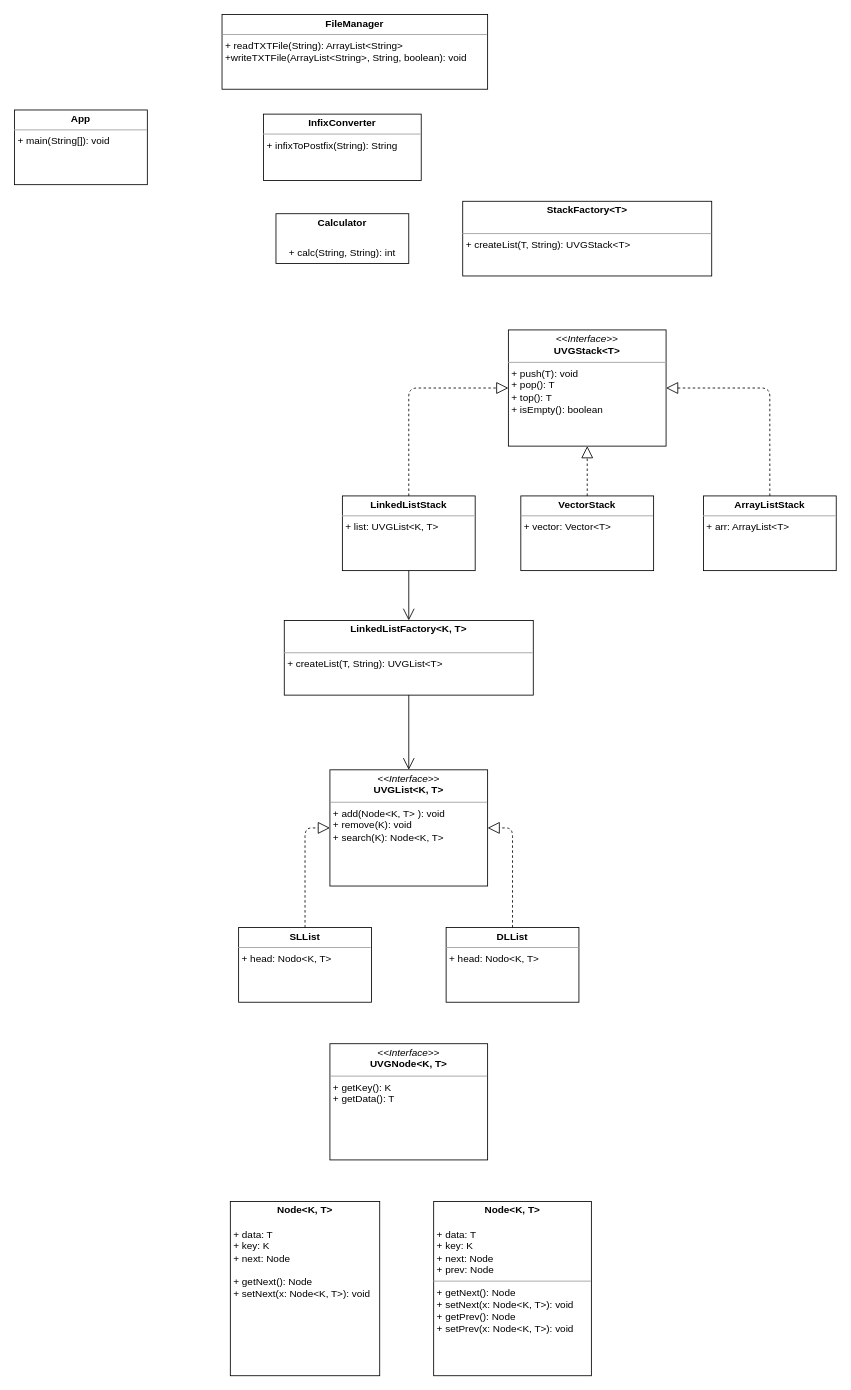
HUG0BA/hoja4 keeps this draw.io diagram as UML.drawio. Above is the earlier version. Source tidied: cells renumbered, new cells numbered last; positions are measured from the earlier drawing's top-left corner, leaving out a move shared by most shapes. Both pictures are drawn from the tidied source at 83%, with x=0, y=0 at pixel (14, 14).
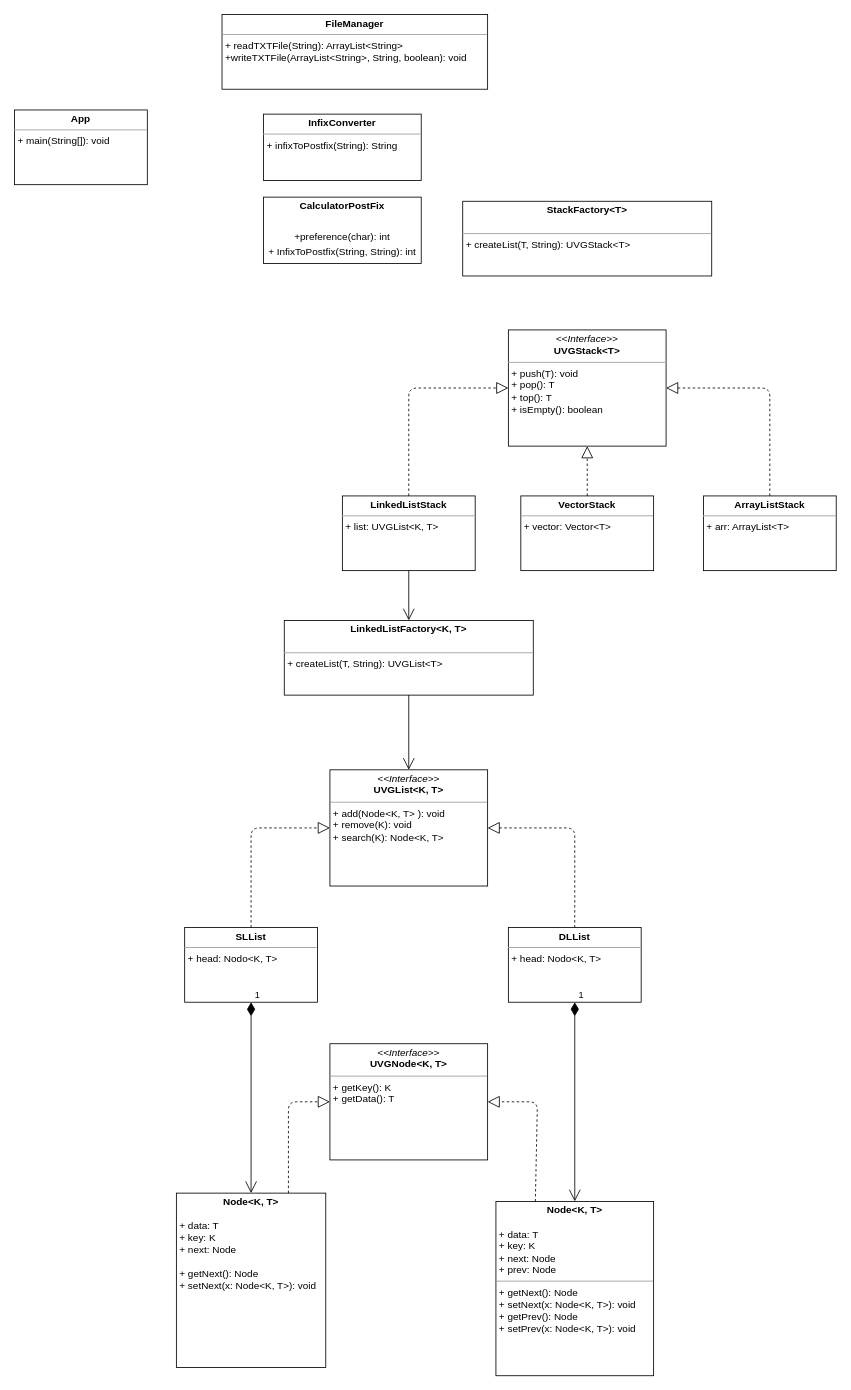
Above is the later version.

The change refers to these unchanged cells:
```xml
<mxCell id="5" value="&lt;p style=&quot;margin:0px;margin-top:4px;text-align:center;&quot;&gt;&lt;i&gt;&amp;lt;&amp;lt;Interface&amp;gt;&amp;gt;&lt;/i&gt;&lt;br&gt;&lt;b&gt;UVGList&amp;lt;K, T&amp;gt;&lt;/b&gt;&lt;/p&gt;&lt;hr size=&quot;1&quot;&gt;&lt;p style=&quot;margin:0px;margin-left:4px;&quot;&gt;+ add(Node&amp;lt;K, T&amp;gt; ): void&lt;br&gt;+ remove(K): void&lt;/p&gt;&lt;p style=&quot;margin:0px;margin-left:4px;&quot;&gt;+ search(K): Node&amp;lt;K, T&amp;gt;&lt;/p&gt;" style="verticalAlign=top;align=left;overflow=fill;fontSize=12;fontFamily=Helvetica;html=1;" parent="1" vertex="1">
  <mxGeometry x="380" y="910" width="190" height="140" as="geometry" />
</mxCell>
<mxCell id="24" value="&lt;p style=&quot;margin:0px;margin-top:4px;text-align:center;&quot;&gt;&lt;i&gt;&amp;lt;&amp;lt;Interface&amp;gt;&amp;gt;&lt;/i&gt;&lt;br&gt;&lt;b&gt;UVGNode&amp;lt;K, T&amp;gt;&lt;/b&gt;&lt;/p&gt;&lt;hr size=&quot;1&quot;&gt;&lt;p style=&quot;margin:0px;margin-left:4px;&quot;&gt;+ getKey(): K&lt;br&gt;+ getData(): T&lt;br&gt;&lt;/p&gt;" style="verticalAlign=top;align=left;overflow=fill;fontSize=12;fontFamily=Helvetica;html=1;" parent="1" vertex="1">
  <mxGeometry x="380" y="1240" width="190" height="140" as="geometry" />
</mxCell>
```

What changed in the source:
```diff
@@
     <mxCell id="2" value="&lt;p style=&quot;margin:0px;margin-top:4px;text-align:center;&quot;&gt;&lt;b&gt;Node&amp;lt;K, T&amp;gt;&lt;/b&gt;&lt;/p&gt;&lt;p style=&quot;margin:0px;margin-left:4px;&quot;&gt;&lt;br&gt;&lt;/p&gt;&lt;p style=&quot;margin:0px;margin-left:4px;&quot;&gt;+ data: T&lt;/p&gt;&lt;p style=&quot;margin:0px;margin-left:4px;&quot;&gt;+ key: K&lt;/p&gt;&lt;p style=&quot;margin:0px;margin-left:4px;&quot;&gt;+ next: Node&lt;/p&gt;&lt;p style=&quot;margin:0px;margin-left:4px;&quot;&gt;&lt;br&gt;&lt;/p&gt;&lt;p style=&quot;margin:0px;margin-left:4px;&quot;&gt;+ getNext(): Node&lt;/p&gt;&lt;p style=&quot;margin:0px;margin-left:4px;&quot;&gt;+ setNext(x: Node&amp;lt;K, T&amp;gt;): void&lt;/p&gt;" style="verticalAlign=top;align=left;overflow=fill;fontSize=12;fontFamily=Helvetica;html=1;" parent="1" vertex="1">
-      <mxGeometry x="260" y="1430" width="180" height="210" as="geometry" />
+      <mxGeometry x="195" y="1420" width="180" height="210" as="geometry" />
     </mxCell>
     <mxCell id="3" value="&lt;p style=&quot;margin:0px;margin-top:4px;text-align:center;&quot;&gt;&lt;b&gt;SLList&lt;/b&gt;&lt;/p&gt;&lt;hr size=&quot;1&quot;&gt;&lt;p style=&quot;margin:0px;margin-left:4px;&quot;&gt;+ head: Nodo&amp;lt;K, T&amp;gt;&lt;/p&gt;" style="verticalAlign=top;align=left;overflow=fill;fontSize=12;fontFamily=Helvetica;html=1;" parent="1" vertex="1">
-      <mxGeometry x="270" y="1100" width="160" height="90" as="geometry" />
+      <mxGeometry x="205" y="1100" width="160" height="90" as="geometry" />
     </mxCell>
     <mxCell id="4" value="&lt;p style=&quot;margin:0px;margin-top:4px;text-align:center;&quot;&gt;&lt;b&gt;DLList&lt;/b&gt;&lt;/p&gt;&lt;hr size=&quot;1&quot;&gt;&lt;p style=&quot;margin:0px;margin-left:4px;&quot;&gt;+ head: Nodo&amp;lt;K, T&amp;gt;&lt;/p&gt;" style="verticalAlign=top;align=left;overflow=fill;fontSize=12;fontFamily=Helvetica;html=1;" parent="1" vertex="1">
-      <mxGeometry x="520" y="1100" width="160" height="90" as="geometry" />
+      <mxGeometry x="595" y="1100" width="160" height="90" as="geometry" />
     </mxCell>
@@
     <mxCell id="6" value="&lt;p style=&quot;margin:0px;margin-top:4px;text-align:center;&quot;&gt;&lt;b&gt;Node&amp;lt;K, T&amp;gt;&lt;/b&gt;&lt;/p&gt;&lt;p style=&quot;margin:0px;margin-left:4px;&quot;&gt;&lt;br&gt;&lt;/p&gt;&lt;p style=&quot;margin:0px;margin-left:4px;&quot;&gt;+ data: T&lt;/p&gt;&lt;p style=&quot;margin:0px;margin-left:4px;&quot;&gt;+ key: K&lt;/p&gt;&lt;p style=&quot;margin:0px;margin-left:4px;&quot;&gt;+ next: Node&lt;/p&gt;&lt;p style=&quot;margin:0px;margin-left:4px;&quot;&gt;+ prev: Node&lt;/p&gt;&lt;hr size=&quot;1&quot;&gt;&lt;p style=&quot;margin:0px;margin-left:4px;&quot;&gt;&lt;span style=&quot;background-color: initial;&quot;&gt;+ getNext(): Node&lt;/span&gt;&lt;br&gt;&lt;/p&gt;&lt;p style=&quot;margin:0px;margin-left:4px;&quot;&gt;+ setNext(x: Node&amp;lt;K, T&amp;gt;): void&lt;/p&gt;&lt;p style=&quot;margin: 0px 0px 0px 4px;&quot;&gt;+ getPrev(): Node&lt;/p&gt;&lt;p style=&quot;margin: 0px 0px 0px 4px;&quot;&gt;+ setPrev(x: Node&amp;lt;K, T&amp;gt;): void&lt;/p&gt;" style="verticalAlign=top;align=left;overflow=fill;fontSize=12;fontFamily=Helvetica;html=1;" parent="1" vertex="1">
-      <mxGeometry x="505" y="1430" width="190" height="210" as="geometry" />
+      <mxGeometry x="580" y="1430" width="190" height="210" as="geometry" />
     </mxCell>
@@
-    <mxCell id="16" value="&lt;p style=&quot;margin:0px;margin-top:4px;text-align:center;&quot;&gt;&lt;b&gt;Calculator&lt;/b&gt;&lt;/p&gt;&lt;p style=&quot;margin:0px;margin-top:4px;text-align:center;&quot;&gt;&lt;b&gt;&lt;br&gt;&lt;/b&gt;&lt;/p&gt;&lt;p style=&quot;margin:0px;margin-top:4px;text-align:center;&quot;&gt;&lt;span style=&quot;text-align: left;&quot;&gt;+ calc(String, String): int&lt;/span&gt;&lt;b&gt;&lt;br&gt;&lt;/b&gt;&lt;/p&gt;&lt;p style=&quot;margin:0px;margin-left:4px;&quot;&gt;&lt;br&gt;&lt;/p&gt;" style="verticalAlign=top;align=left;overflow=fill;fontSize=12;fontFamily=Helvetica;html=1;" parent="1" vertex="1">
-      <mxGeometry x="315" y="240" width="160" height="60" as="geometry" />
+    <mxCell id="16" value="&lt;p style=&quot;margin:0px;margin-top:4px;text-align:center;&quot;&gt;&lt;b&gt;CalculatorPostFix&lt;/b&gt;&lt;/p&gt;&lt;p style=&quot;margin:0px;margin-top:4px;text-align:center;&quot;&gt;&lt;b&gt;&lt;br&gt;&lt;/b&gt;&lt;/p&gt;&lt;p style=&quot;margin:0px;margin-top:4px;text-align:center;&quot;&gt;+preference(char): int&lt;/p&gt;&lt;p style=&quot;margin:0px;margin-top:4px;text-align:center;&quot;&gt;&lt;span style=&quot;text-align: left;&quot;&gt;+ InfixToPostfix(String, String): int&lt;/span&gt;&lt;b&gt;&lt;br&gt;&lt;/b&gt;&lt;/p&gt;&lt;p style=&quot;margin:0px;margin-left:4px;&quot;&gt;&lt;br&gt;&lt;/p&gt;" style="verticalAlign=top;align=left;overflow=fill;fontSize=12;fontFamily=Helvetica;html=1;" parent="1" vertex="1">
+      <mxGeometry x="300" y="220" width="190" height="80" as="geometry" />
     </mxCell>
     <mxCell id="17" style="endArrow=block;dashed=1;endFill=0;endSize=12;html=1;exitX=0.5;exitY=0;exitDx=0;exitDy=0;entryX=0;entryY=0.5;entryDx=0;entryDy=0;" parent="1" edge="1" source="3" target="5">
       <mxGeometry relative="1" as="geometry">
         <Array as="points">
+          <mxPoint x="285" y="980" />
           <mxPoint x="350" y="980" />
         </Array>
       </mxGeometry>
     </mxCell>
-    <mxCell id="18" style="endArrow=block;dashed=1;endFill=0;endSize=12;html=1;entryX=1;entryY=0.5;entryDx=0;entryDy=0;" parent="1" edge="1" target="5">
+    <mxCell id="18" style="endArrow=block;dashed=1;endFill=0;endSize=12;html=1;entryX=1;entryY=0.5;entryDx=0;entryDy=0;exitX=0.5;exitY=0;exitDx=0;exitDy=0;" parent="1" edge="1" source="4" target="5">
       <mxGeometry relative="1" as="geometry">
-        <mxPoint x="600" y="1100" as="sourcePoint" />
         <Array as="points">
-          <mxPoint x="600" y="980" />
+          <mxPoint x="675" y="980" />
         </Array>
       </mxGeometry>
     </mxCell>
@@
+    <mxCell id="25" value="1" style="endArrow=open;html=1;endSize=12;startArrow=diamondThin;startSize=14;startFill=1;edgeStyle=orthogonalEdgeStyle;align=left;verticalAlign=bottom;exitX=0.5;exitY=1;exitDx=0;exitDy=0;" parent="1" edge="1" source="3" target="2">
+      <mxGeometry x="-1" y="3" relative="1" as="geometry" />
+    </mxCell>
+    <mxCell id="26" value="1" style="endArrow=open;html=1;endSize=12;startArrow=diamondThin;startSize=14;startFill=1;edgeStyle=orthogonalEdgeStyle;align=left;verticalAlign=bottom;exitX=0.5;exitY=1;exitDx=0;exitDy=0;entryX=0.5;entryY=0;entryDx=0;entryDy=0;" parent="1" edge="1" source="4" target="6">
+      <mxGeometry x="-1" y="3" relative="1" as="geometry" />
+    </mxCell>
+    <mxCell id="27" style="endArrow=block;dashed=1;endFill=0;endSize=12;html=1;exitX=0.75;exitY=0;exitDx=0;exitDy=0;entryX=0;entryY=0.5;entryDx=0;entryDy=0;" parent="1" edge="1" source="2" target="24">
+      <mxGeometry relative="1" as="geometry">
+        <Array as="points">
+          <mxPoint x="330" y="1310" />
+        </Array>
+      </mxGeometry>
+    </mxCell>
+    <mxCell id="28" style="endArrow=block;dashed=1;endFill=0;endSize=12;html=1;exitX=0.25;exitY=0;exitDx=0;exitDy=0;entryX=1;entryY=0.5;entryDx=0;entryDy=0;" parent="1" edge="1" source="6" target="24">
+      <mxGeometry relative="1" as="geometry">
+        <Array as="points">
+          <mxPoint x="630" y="1310" />
+        </Array>
+      </mxGeometry>
+    </mxCell>
```
